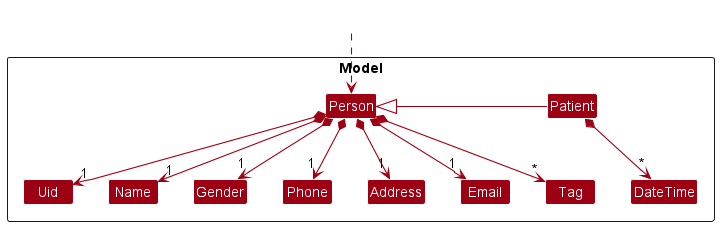
Above: docs/images/PatientClassDiagram.png in nus-cs2103-AY2223S1/tp (PlantUML), before the change. The source it was exported from:
```plantuml
@startuml
!include style.puml
skinparam arrowThickness 1.1
skinparam arrowColor MODEL_COLOR
skinparam classBackgroundColor MODEL_COLOR

Package Model <<Rectangle>> {
Class Person
Class Address
Class DateTime
Class Gender
Class Email
Class Name
Class Patient
Class Phone
Class Tag
Class Uid
}

Class HiddenOutside #FFFFFF
HiddenOutside ..> Person

Person *--> "1" Uid
Person *--> "1" Name
Person *--> "1" Gender
Person *--> "1" Phone
Person *--> "1" Email
Person *--> "1" Address
Person *--> "*" Tag
Patient -left-|> Person
Patient *--> "*" DateTime

Uid -[hidden]right-> Name
Name -[hidden]right-> Gender
Gender -[hidden]right-> Phone
Phone -[hidden]right-> Address
Address -[hidden]right-> Email

@enduml
```
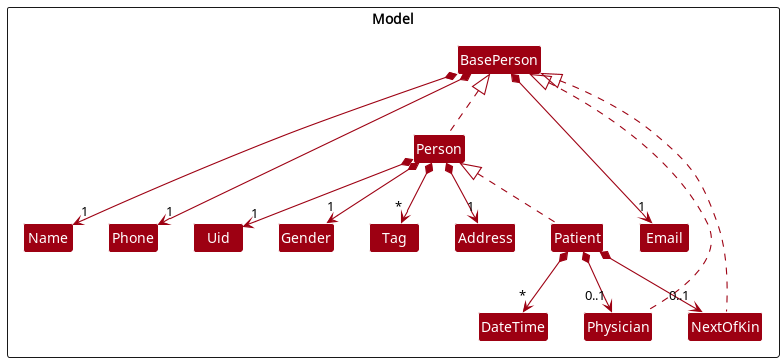
After the commit.

Commit message:
Update patient class diagram in DG

Diff of the diagram source:
```diff
@@ -5,6 +5,9 @@
 skinparam classBackgroundColor MODEL_COLOR
 
 Package Model <<Rectangle>> {
+Class BasePerson
+Class Physician
+Class NextOfKin
 Class Person
 Class Address
 Class DateTime
@@ -17,18 +20,21 @@
 Class Uid
 }
 
-Class HiddenOutside #FFFFFF
-HiddenOutside ..> Person
+Physician .up.|> BasePerson
+NextOfKin .up.|> BasePerson
+Person .up.|> BasePerson
+BasePerson *--> "1" Name
+BasePerson *--> "1" Phone
+BasePerson *--> "1" Email
 
 Person *--> "1" Uid
-Person *--> "1" Name
 Person *--> "1" Gender
-Person *--> "1" Phone
-Person *--> "1" Email
 Person *--> "1" Address
 Person *--> "*" Tag
-Patient -left-|> Person
+Patient .up.|> Person
 Patient *--> "*" DateTime
+Patient *--> "0..1" Physician
+Patient *--> "0..1" NextOfKin
 
 Uid -[hidden]right-> Name
 Name -[hidden]right-> Gender
```
